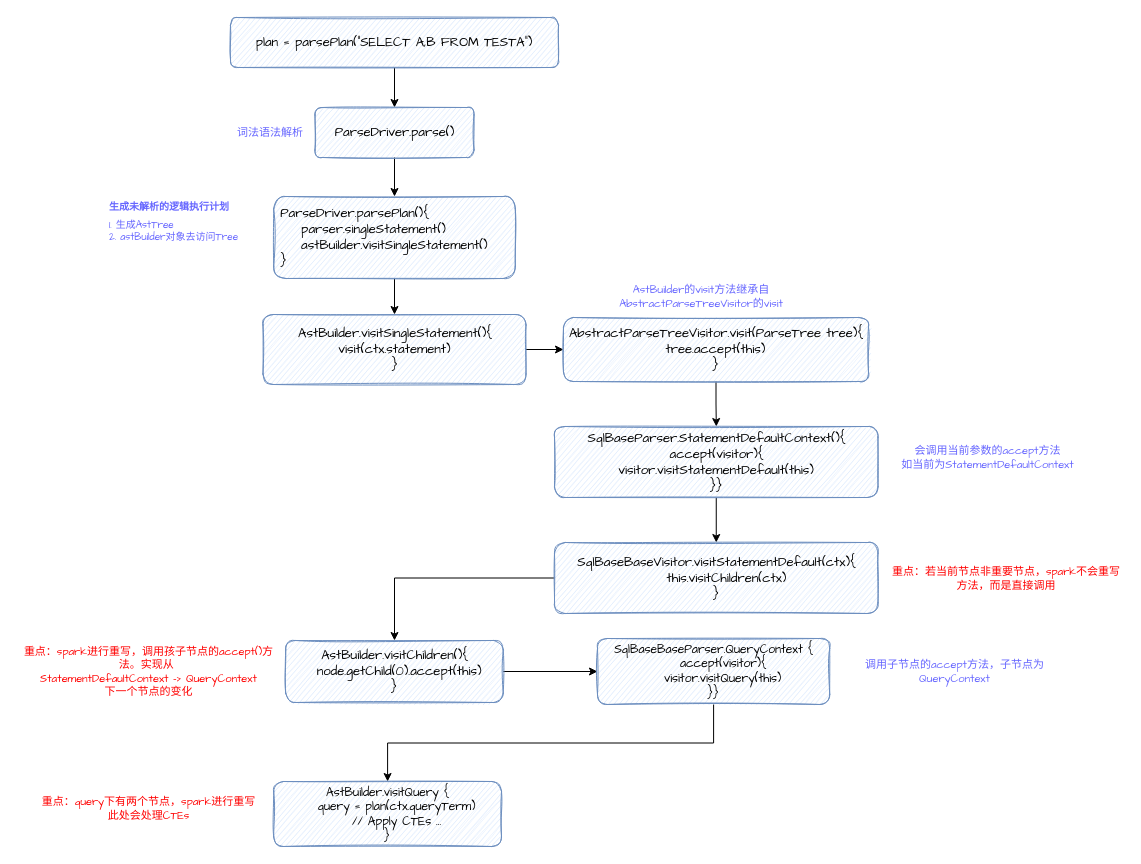
kirito1015/spark_source.sql keeps this draw.io diagram as unresolved_logical_plan.drawio. Above is the earlier version. Source tidied: cells renumbered, new cells numbered last; positions are measured from the earlier drawing's top-left corner, leaving out a move shared by most shapes. Both pictures are drawn from the tidied source at 100%, with x=0, y=0 at pixel (17, 17).
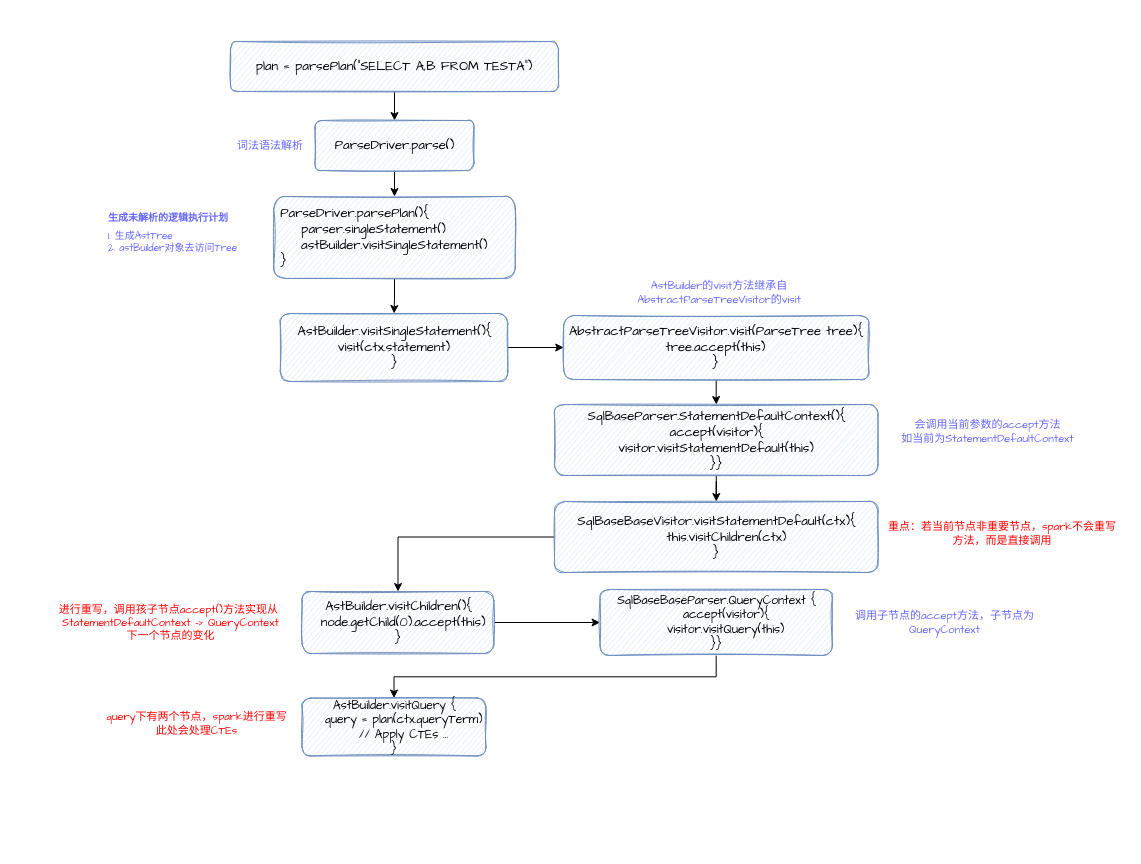
The same diagram, later.

Change to the diagram source:
```diff
@@
     <mxCell id="3" value="&lt;div&gt;&lt;font&gt;&lt;span style=&quot;font-size: 13.0667px&quot;&gt;plan = parsePlan(&quot;SELECT A,B FROM TESTA&quot;)&lt;/span&gt;&lt;span style=&quot;font-size: 9.8pt&quot;&gt;&lt;br&gt;&lt;/span&gt;&lt;/font&gt;&lt;/div&gt;" style="rounded=1;whiteSpace=wrap;html=1;sketch=1;fillColor=#dae8fc;strokeColor=#6c8ebf;shadow=0;glass=0;fontColor=default;labelBackgroundColor=none;fontFamily=Comic Sans MS;" parent="1" vertex="1">
-      <mxGeometry x="213" width="328" height="50" as="geometry" />
+      <mxGeometry x="213" y="24" width="328" height="50" as="geometry" />
     </mxCell>
@@
     <mxCell id="5" value="&lt;div&gt;&lt;font&gt;&lt;span style=&quot;font-size: 13.0667px&quot;&gt;ParseDriver.parse()&lt;/span&gt;&lt;/font&gt;&lt;/div&gt;" style="rounded=1;whiteSpace=wrap;html=1;sketch=1;fillColor=#dae8fc;strokeColor=#6c8ebf;shadow=0;glass=0;fontColor=default;labelBackgroundColor=none;fontFamily=Comic Sans MS;" parent="1" vertex="1">
-      <mxGeometry x="297.5" y="90" width="159" height="50" as="geometry" />
+      <mxGeometry x="297.5" y="103" width="159" height="50" as="geometry" />
     </mxCell>
     <mxCell id="6" value="词法语法解析" style="text;html=1;strokeColor=none;fillColor=none;align=center;verticalAlign=middle;whiteSpace=wrap;rounded=0;shadow=0;glass=0;labelBackgroundColor=none;sketch=1;fontSize=11;fontColor=#6666FF;fontFamily=Comic Sans MS;" parent="1" vertex="1">
-      <mxGeometry x="216" y="100" width="74" height="30" as="geometry" />
+      <mxGeometry x="216" y="113" width="74" height="30" as="geometry" />
     </mxCell>
@@
     <mxCell id="10" value="&lt;div&gt;&lt;div&gt;&lt;span style=&quot;font-size: 13.0667px&quot;&gt;AstBuilder.visitSingleStatement(){&lt;/span&gt;&lt;/div&gt;&lt;div&gt;&lt;span style=&quot;font-size: 13.0667px&quot;&gt;visit(ctx.statement)&lt;/span&gt;&lt;/div&gt;&lt;div&gt;&lt;span style=&quot;font-size: 13.0667px&quot;&gt;}&lt;/span&gt;&lt;/div&gt;&lt;/div&gt;" style="rounded=1;whiteSpace=wrap;html=1;sketch=1;fillColor=#dae8fc;strokeColor=#6c8ebf;shadow=0;glass=0;fontColor=default;labelBackgroundColor=none;fontFamily=Comic Sans MS;align=center;" parent="1" vertex="1">
-      <mxGeometry x="245.5" y="297" width="263" height="70" as="geometry" />
+      <mxGeometry x="262.8" y="296" width="227.5" height="68" as="geometry" />
     </mxCell>
@@
     <mxCell id="12" value="&lt;div&gt;&lt;span style=&quot;font-size: 13.0667px&quot;&gt;AbstractParseTreeVisitor.visit(ParseTree tree){&lt;/span&gt;&lt;/div&gt;&lt;div&gt;&lt;span style=&quot;font-size: 13.0667px&quot;&gt;tree.accept(this)&lt;/span&gt;&lt;/div&gt;&lt;div&gt;&lt;span style=&quot;font-size: 13.0667px&quot;&gt;}&lt;/span&gt;&lt;/div&gt;" style="rounded=1;whiteSpace=wrap;html=1;sketch=1;fillColor=#dae8fc;strokeColor=#6c8ebf;shadow=0;glass=0;fontColor=default;labelBackgroundColor=none;fontFamily=Comic Sans MS;" parent="1" vertex="1">
-      <mxGeometry x="546" y="300" width="305" height="64" as="geometry" />
+      <mxGeometry x="546.2" y="298" width="305" height="64" as="geometry" />
     </mxCell>
     <mxCell id="13" value="&lt;h1 style=&quot;font-size: 10px&quot;&gt;生成未解析的逻辑执行计划&lt;/h1&gt;&lt;div style=&quot;font-size: 10px&quot;&gt;1. 生成AstTree&lt;/div&gt;&lt;div style=&quot;font-size: 10px&quot;&gt;2. astBuilder对象去访问Tree&lt;/div&gt;" style="text;html=1;strokeColor=none;fillColor=none;spacing=5;spacingTop=-20;whiteSpace=wrap;overflow=hidden;rounded=0;shadow=0;glass=0;labelBackgroundColor=none;sketch=1;fontFamily=Comic Sans MS;fontSize=10;fontColor=#6666FF;" parent="1" vertex="1">
-      <mxGeometry x="87" y="187" width="187" height="66" as="geometry" />
+      <mxGeometry x="85.7" y="198" width="187" height="66" as="geometry" />
     </mxCell>
     <mxCell id="14" value="AstBuilder的visit方法继承自AbstractParseTreeVisitor的visit" style="text;html=1;strokeColor=none;fillColor=none;align=center;verticalAlign=middle;whiteSpace=wrap;rounded=0;shadow=0;glass=0;labelBackgroundColor=none;sketch=1;fontSize=11;fontColor=#6666FF;fontFamily=Comic Sans MS;" parent="1" vertex="1">
-      <mxGeometry x="588" y="250" width="192" height="57" as="geometry" />
+      <mxGeometry x="606" y="246" width="192" height="57" as="geometry" />
     </mxCell>
@@
     <mxCell id="16" value="&lt;div&gt;&lt;span style=&quot;font-size: 13.0667px&quot;&gt;SqlBaseParser.StatementDefaultContext(){&lt;/span&gt;&lt;/div&gt;&lt;div&gt;&lt;span style=&quot;font-size: 13.0667px&quot;&gt;accept(visitor){&lt;/span&gt;&lt;/div&gt;&lt;span style=&quot;font-size: 13.0667px&quot;&gt;visitor.visitStatementDefault(this)&lt;/span&gt;&lt;div&gt;&lt;span style=&quot;font-size: 13.0667px&quot;&gt;}}&lt;/span&gt;&lt;br&gt;&lt;/div&gt;" style="rounded=1;whiteSpace=wrap;html=1;sketch=1;fillColor=#dae8fc;strokeColor=#6c8ebf;shadow=0;glass=0;fontColor=default;labelBackgroundColor=none;fontFamily=Comic Sans MS;" parent="1" vertex="1">
-      <mxGeometry x="537" y="409" width="323.5" height="71" as="geometry" />
+      <mxGeometry x="537" y="387" width="323.5" height="71" as="geometry" />
     </mxCell>
     <mxCell id="17" value="会调用当前参数的accept方法&lt;br&gt;如当前为StatementDefaultContext" style="text;html=1;strokeColor=none;fillColor=none;align=center;verticalAlign=middle;whiteSpace=wrap;rounded=0;shadow=0;glass=0;labelBackgroundColor=none;sketch=1;fontSize=11;fontColor=#6666FF;fontFamily=Comic Sans MS;" parent="1" vertex="1">
-      <mxGeometry x="864" y="413" width="213" height="53" as="geometry" />
+      <mxGeometry x="864" y="387" width="213" height="53" as="geometry" />
     </mxCell>
@@
     <mxCell id="19" value="&lt;div&gt;&lt;div&gt;&lt;span style=&quot;font-size: 13.0667px&quot;&gt;SqlBaseBaseVisitor.visitStatementDefault(ctx){&lt;/span&gt;&lt;/div&gt;&lt;div&gt;&lt;span style=&quot;font-size: 13.0667px&quot;&gt;&amp;nbsp; &amp;nbsp; this.visitChildren(ctx)&lt;/span&gt;&lt;/div&gt;&lt;div&gt;&lt;span style=&quot;font-size: 13.0667px&quot;&gt;}&lt;/span&gt;&lt;/div&gt;&lt;/div&gt;" style="rounded=1;whiteSpace=wrap;html=1;sketch=1;fillColor=#dae8fc;strokeColor=#6c8ebf;shadow=0;glass=0;fontColor=default;labelBackgroundColor=none;fontFamily=Comic Sans MS;" parent="1" vertex="1">
-      <mxGeometry x="537" y="525" width="323.5" height="71" as="geometry" />
+      <mxGeometry x="537" y="484" width="323.5" height="71" as="geometry" />
     </mxCell>
     <mxCell id="20" value="重点：若当前节点非重要节点，spark不会重写方法，而是直接调用&lt;br&gt;&lt;div class=&quot;okr-block-clipboard&quot;&gt;&lt;/div&gt;" style="text;html=1;strokeColor=none;fillColor=none;align=center;verticalAlign=middle;whiteSpace=wrap;rounded=0;shadow=0;glass=0;labelBackgroundColor=none;sketch=1;fontSize=11;fontColor=#FF0000;fontFamily=Comic Sans MS;" parent="1" vertex="1">
-      <mxGeometry x="871" y="528.5" width="236" height="64" as="geometry" />
+      <mxGeometry x="867" y="484" width="236" height="64" as="geometry" />
     </mxCell>
@@
     <mxCell id="22" value="&lt;div&gt;&lt;span style=&quot;font-size: 13.0667px&quot;&gt;AstBuilder.visitChildren(){&lt;/span&gt;&lt;/div&gt;&lt;div&gt;&lt;span style=&quot;font-size: 13.0667px&quot;&gt;&amp;nbsp; node.getChild(0).accept(this)&lt;/span&gt;&lt;/div&gt;&lt;div&gt;&lt;span style=&quot;font-size: 13.0667px&quot;&gt;}&lt;/span&gt;&lt;/div&gt;" style="rounded=1;whiteSpace=wrap;html=1;sketch=1;fillColor=#dae8fc;strokeColor=#6c8ebf;shadow=0;glass=0;fontColor=default;labelBackgroundColor=none;fontFamily=Comic Sans MS;" parent="1" vertex="1">
-      <mxGeometry x="268.2" y="623" width="217.5" height="62" as="geometry" />
+      <mxGeometry x="284.6" y="574" width="191.8" height="62" as="geometry" />
     </mxCell>
-    <mxCell id="23" value="重点：spark进行重写，调用孩子节点的accept()方法。实现从&amp;nbsp;&lt;br&gt;&lt;span&gt;StatementDefaultContext -&amp;gt; QueryContext&lt;br&gt;下一个节点的变化&lt;/span&gt;&lt;div class=&quot;okr-block-clipboard&quot;&gt;&lt;/div&gt;" style="text;html=1;strokeColor=none;fillColor=none;align=center;verticalAlign=middle;whiteSpace=wrap;rounded=0;shadow=0;glass=0;labelBackgroundColor=none;sketch=1;fontSize=11;fontColor=#FF0000;fontFamily=Comic Sans MS;" parent="1" vertex="1">
-      <mxGeometry y="618.5" width="262.8" height="71" as="geometry" />
+    <mxCell id="23" value="进行重写，调用孩子节点accept()方法实现从&amp;nbsp;&lt;br&gt;&lt;span&gt;StatementDefaultContext -&amp;gt; QueryContext&lt;br&gt;下一个节点的变化&lt;/span&gt;&lt;div class=&quot;okr-block-clipboard&quot;&gt;&lt;/div&gt;" style="text;html=1;strokeColor=none;fillColor=none;align=center;verticalAlign=middle;whiteSpace=wrap;rounded=0;shadow=0;glass=0;labelBackgroundColor=none;sketch=1;fontSize=11;fontColor=#FF0000;fontFamily=Comic Sans MS;" parent="1" vertex="1">
+      <mxGeometry x="21.8" y="569.5" width="262.8" height="71" as="geometry" />
     </mxCell>
@@
     <mxCell id="25" value="&lt;div&gt;SqlBaseBaseParser.QueryContext {&lt;/div&gt;&lt;div&gt;&amp;nbsp; &amp;nbsp; accept(visitor){&lt;/div&gt;&lt;div&gt;&amp;nbsp; &amp;nbsp; visitor.visitQuery(this)&lt;/div&gt;&lt;div&gt;}}&lt;/div&gt;" style="rounded=1;whiteSpace=wrap;html=1;sketch=1;fillColor=#dae8fc;strokeColor=#6c8ebf;shadow=0;glass=0;fontColor=default;labelBackgroundColor=none;fontFamily=Comic Sans MS;" parent="1" vertex="1">
-      <mxGeometry x="580" y="621" width="232.2" height="66" as="geometry" />
+      <mxGeometry x="582.6" y="572" width="232.2" height="66" as="geometry" />
     </mxCell>
     <mxCell id="26" value="&lt;div&gt;AstBuilder.visitQuery {&lt;/div&gt;&lt;div&gt;&amp;nbsp; &amp;nbsp; query = plan(ctx.queryTerm)&lt;/div&gt;&lt;div&gt;&amp;nbsp; &amp;nbsp; // Apply CTEs ...&lt;/div&gt;&lt;div&gt;}&lt;/div&gt;" style="rounded=1;whiteSpace=wrap;html=1;sketch=1;fillColor=#dae8fc;strokeColor=#6c8ebf;shadow=0;glass=0;fontColor=default;labelBackgroundColor=none;fontFamily=Comic Sans MS;" parent="1" vertex="1">
-      <mxGeometry x="256.2" y="764" width="227.8" height="65" as="geometry" />
+      <mxGeometry x="284.6" y="680.5" width="183.8" height="58" as="geometry" />
     </mxCell>
-    <mxCell id="27" value="重点：query下有两个节点，spark进行重写&lt;br&gt;此处会处理CTEs&lt;div class=&quot;okr-block-clipboard&quot;&gt;&lt;/div&gt;" style="text;html=1;strokeColor=none;fillColor=none;align=center;verticalAlign=middle;whiteSpace=wrap;rounded=0;shadow=0;glass=0;labelBackgroundColor=none;sketch=1;fontSize=11;fontColor=#FF0000;fontFamily=Comic Sans MS;" parent="1" vertex="1">
-      <mxGeometry y="755" width="262.8" height="71" as="geometry" />
+    <mxCell id="27" value="query下有两个节点，spark进行重写&lt;br&gt;此处会处理CTEs&lt;div class=&quot;okr-block-clipboard&quot;&gt;&lt;/div&gt;" style="text;html=1;strokeColor=none;fillColor=none;align=center;verticalAlign=middle;whiteSpace=wrap;rounded=0;shadow=0;glass=0;labelBackgroundColor=none;sketch=1;fontSize=11;fontColor=#FF0000;fontFamily=Comic Sans MS;" parent="1" vertex="1">
+      <mxGeometry x="77.6" y="678" width="203.2" height="56.5" as="geometry" />
     </mxCell>
     <mxCell id="28" value="调用子节点的accept方法，子节点为QueryContext" style="text;html=1;strokeColor=none;fillColor=none;align=center;verticalAlign=middle;whiteSpace=wrap;rounded=0;shadow=0;glass=0;labelBackgroundColor=none;sketch=1;fontSize=11;fontColor=#6666FF;fontFamily=Comic Sans MS;" parent="1" vertex="1">
-      <mxGeometry x="831" y="627.5" width="213" height="53" as="geometry" />
+      <mxGeometry x="821" y="578.5" width="213" height="53" as="geometry" />
     </mxCell>
```
